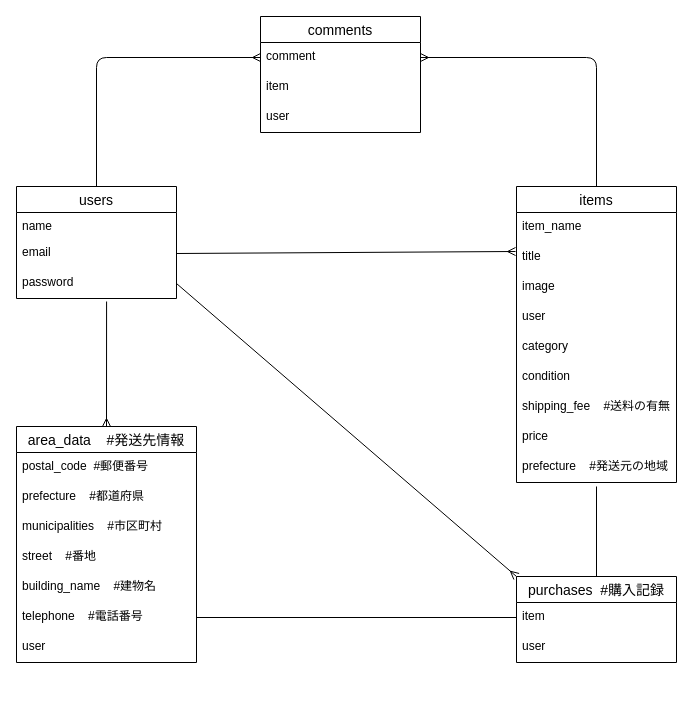
Above: furima.dio in KE1ok/furima-40602 (draw.io), before the change. Source tidied: cells renumbered, new cells numbered last; positions are measured from the earlier drawing's top-left corner, leaving out a move shared by most shapes. Both pictures are drawn from the tidied source at 100%, with x=0, y=0 at pixel (16, 16).
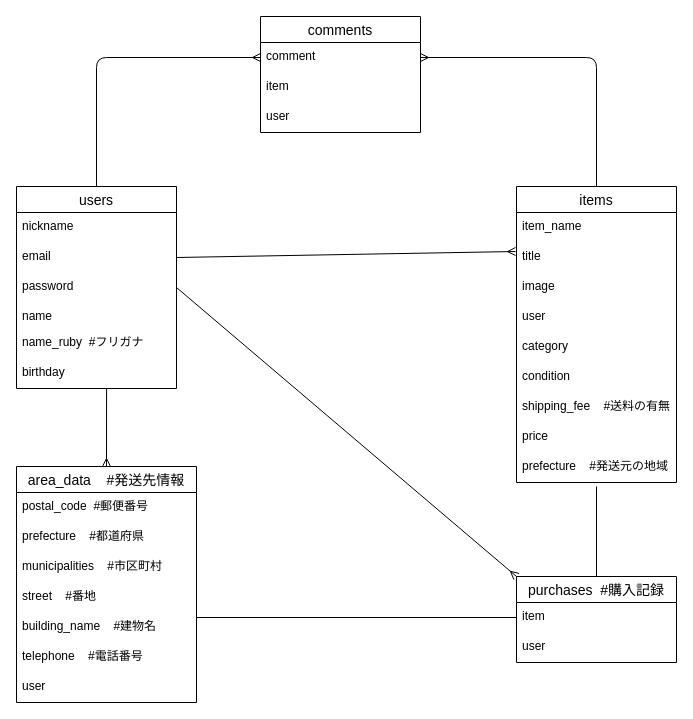
The same diagram, later.

Commit message (it also covers changes not shown here):
ユーザーテーブルのカラム数不足修正

The change refers to these unchanged cells:
```xml
<mxCell id="24" value="item" style="text;strokeColor=none;fillColor=none;spacingLeft=4;spacingRight=4;overflow=hidden;points=[[0,0.5],[1,0.5]];portConstraint=eastwest;fontSize=12;" parent="23" vertex="1">
  <mxGeometry y="26" width="160" height="30" as="geometry" />
</mxCell>
<mxCell id="33" value="telephone    #電話番号" style="text;strokeColor=none;fillColor=none;spacingLeft=4;spacingRight=4;overflow=hidden;points=[[0,0.5],[1,0.5]];portConstraint=eastwest;fontSize=12;" parent="27" vertex="1">
  <mxGeometry y="176" width="180" height="30" as="geometry" />
</mxCell>
```

Diff of the diagram source:
```diff
@@
     <mxCell id="3" value="users" style="swimlane;fontStyle=0;horizontal=1;startSize=26;align=center;fontSize=14;" parent="1" vertex="1">
-      <mxGeometry y="170" width="160" height="112" as="geometry" />
+      <mxGeometry y="170" width="160" height="202" as="geometry" />
     </mxCell>
-    <mxCell id="4" value="name" style="text;strokeColor=none;fillColor=none;spacingLeft=4;spacingRight=4;overflow=hidden;fontSize=12;" parent="3" vertex="1">
-      <mxGeometry y="26" width="160" height="26" as="geometry" />
-    </mxCell>
+    <mxCell id="39" value="nickname" style="text;strokeColor=none;fillColor=none;spacingLeft=4;spacingRight=4;overflow=hidden;fontSize=12;" parent="3" vertex="1">
+      <mxGeometry y="26" width="160" height="30" as="geometry" />
+    </mxCell>
     <mxCell id="5" value="email" style="text;strokeColor=none;fillColor=none;spacingLeft=4;spacingRight=4;overflow=hidden;points=[[0,0.5],[1,0.5]];portConstraint=eastwest;fontSize=12;" parent="3" vertex="1">
-      <mxGeometry y="52" width="160" height="30" as="geometry" />
+      <mxGeometry y="56" width="160" height="30" as="geometry" />
     </mxCell>
     <mxCell id="6" value="password" style="text;strokeColor=none;fillColor=none;spacingLeft=4;spacingRight=4;overflow=hidden;points=[[0,0.5],[1,0.5]];portConstraint=eastwest;fontSize=12;" parent="3" vertex="1">
-      <mxGeometry y="82" width="160" height="30" as="geometry" />
+      <mxGeometry y="86" width="160" height="30" as="geometry" />
     </mxCell>
+    <mxCell id="4" value="name" style="text;strokeColor=none;fillColor=none;spacingLeft=4;spacingRight=4;overflow=hidden;fontSize=12;" parent="3" vertex="1">
+      <mxGeometry y="116" width="160" height="26" as="geometry" />
+    </mxCell>
+    <mxCell id="40" value="name_ruby  #フリガナ" style="text;strokeColor=none;fillColor=none;spacingLeft=4;spacingRight=4;overflow=hidden;fontSize=12;" parent="3" vertex="1">
+      <mxGeometry y="142" width="160" height="30" as="geometry" />
+    </mxCell>
+    <mxCell id="41" value="birthday" style="text;strokeColor=none;fillColor=none;spacingLeft=4;spacingRight=4;overflow=hidden;points=[[0,0.5],[1,0.5]];portConstraint=eastwest;fontSize=12;" parent="3" vertex="1">
+      <mxGeometry y="172" width="160" height="30" as="geometry" />
+    </mxCell>
@@
-    <mxCell id="26" style="edgeStyle=none;html=1;exitX=0.563;exitY=1.1;exitDx=0;exitDy=0;endArrow=ERmany;endFill=0;exitPerimeter=0;entryX=0.5;entryY=0;entryDx=0;entryDy=0;" parent="1" edge="1" source="6" target="27">
+    <mxCell id="26" style="edgeStyle=none;html=1;endArrow=ERmany;endFill=0;entryX=0.5;entryY=0;entryDx=0;entryDy=0;exitX=0.563;exitY=1;exitDx=0;exitDy=0;exitPerimeter=0;" parent="1" edge="1" source="41" target="27">
       <mxGeometry relative="1" as="geometry" />
     </mxCell>
     <mxCell id="27" value="area_data    #発送先情報" style="swimlane;fontStyle=0;horizontal=1;startSize=26;align=center;fontSize=14;" parent="1" vertex="1">
-      <mxGeometry y="410" width="180" height="236" as="geometry" />
+      <mxGeometry y="450" width="180" height="236" as="geometry" />
     </mxCell>
@@
-    <mxCell id="37" style="edgeStyle=none;html=1;exitX=0;exitY=0.5;exitDx=0;exitDy=0;entryX=1;entryY=0.5;entryDx=0;entryDy=0;endArrow=none;endFill=0;" parent="1" edge="1" source="24" target="33">
-      <mxGeometry relative="1" as="geometry" />
+    <mxCell id="37" style="edgeStyle=none;html=1;exitX=0;exitY=0.5;exitDx=0;exitDy=0;endArrow=none;endFill=0;" parent="1" edge="1" source="24">
+      <mxGeometry relative="1" as="geometry">
+        <mxPoint x="180" y="601" as="targetPoint" />
+      </mxGeometry>
     </mxCell>
```
